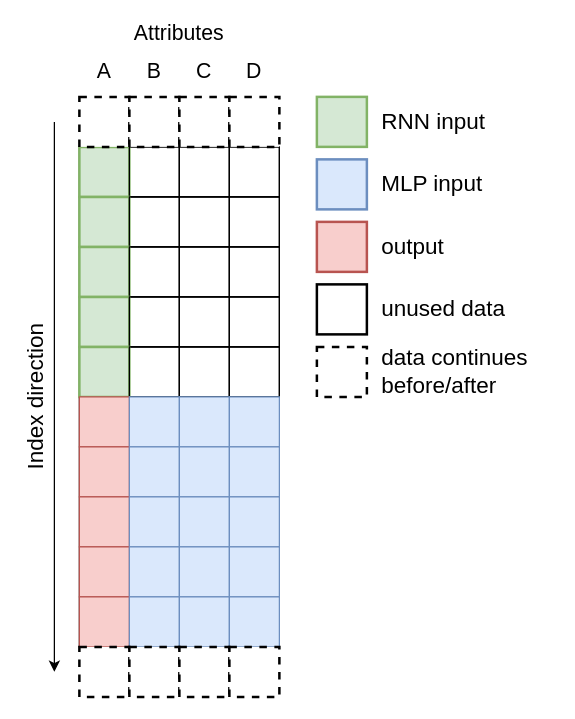
The draw.io diagram sample shape.drawio in AndrzejTunkiel/Tape, before the edit. Source tidied: cells renumbered, new cells numbered last; positions are measured from the earlier drawing's top-left corner, leaving out a move shared by most shapes. Both pictures are drawn from the tidied source at 125%, with x=0, y=0 at pixel (-46, 21).
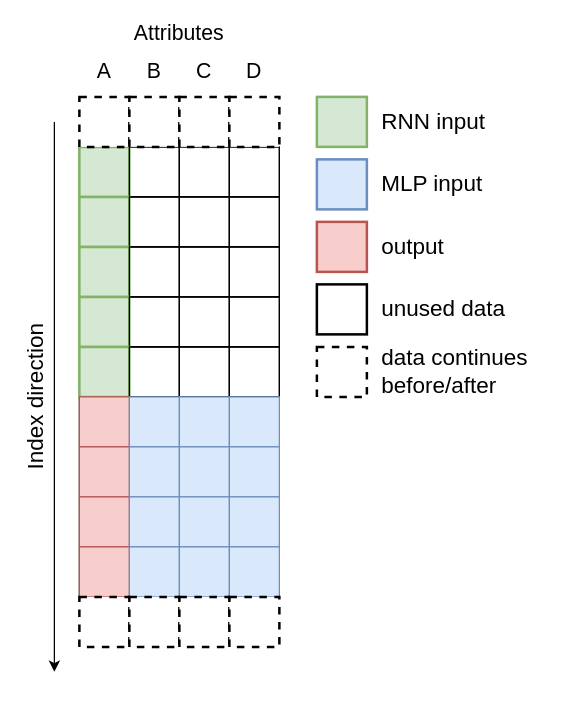
Above is the later version.

Diff of the diagram source:
```diff
@@
     <mxCell id="2" style="shape=table;html=1;whiteSpace=wrap;startSize=0;childLayout=tableLayout;" parent="1" vertex="1">
-      <mxGeometry x="100" y="100" width="160" height="400" as="geometry" />
+      <mxGeometry x="100" y="100" width="160" height="360" as="geometry" />
     </mxCell>
@@
-    <mxCell id="48" style="shape=partialRectangle;html=1;whiteSpace=wrap;fillColor=none;top=0;left=0;bottom=0;right=0;" parent="2" vertex="1">
-      <mxGeometry y="360" width="160" height="40" as="geometry" />
-    </mxCell>
-    <mxCell id="49" style="shape=partialRectangle;html=1;whiteSpace=wrap;fillColor=#f8cecc;top=1;left=1;bottom=1;right=1;overflow=hidden;strokeColor=#b85450;" parent="48" vertex="1">
-      <mxGeometry width="40" height="40" as="geometry" />
-    </mxCell>
-    <mxCell id="50" style="shape=partialRectangle;html=1;whiteSpace=wrap;fillColor=#dae8fc;top=1;left=1;bottom=1;right=1;overflow=hidden;strokeColor=#6c8ebf;" parent="48" vertex="1">
-      <mxGeometry x="40" width="40" height="40" as="geometry" />
-    </mxCell>
-    <mxCell id="51" style="shape=partialRectangle;html=1;whiteSpace=wrap;fillColor=#dae8fc;top=1;left=1;bottom=1;right=1;overflow=hidden;strokeColor=#6c8ebf;" parent="48" vertex="1">
-      <mxGeometry x="80" width="40" height="40" as="geometry" />
-    </mxCell>
-    <mxCell id="52" style="shape=partialRectangle;html=1;whiteSpace=wrap;fillColor=#dae8fc;top=1;left=1;bottom=1;right=1;overflow=hidden;strokeColor=#6c8ebf;" parent="48" vertex="1">
-      <mxGeometry x="120" width="40" height="40" as="geometry" />
-    </mxCell>
@@
     <mxCell id="68" style="rounded=0;whiteSpace=wrap;html=1;strokeWidth=2;dashed=1;" parent="1" vertex="1">
-      <mxGeometry x="100" y="500" width="40" height="40" as="geometry" />
+      <mxGeometry x="100" y="460" width="40" height="40" as="geometry" />
     </mxCell>
     <mxCell id="69" style="rounded=0;whiteSpace=wrap;html=1;strokeWidth=2;dashed=1;" parent="1" vertex="1">
-      <mxGeometry x="140" y="500" width="40" height="40" as="geometry" />
+      <mxGeometry x="140" y="460" width="40" height="40" as="geometry" />
     </mxCell>
     <mxCell id="70" style="rounded=0;whiteSpace=wrap;html=1;strokeWidth=2;dashed=1;" parent="1" vertex="1">
-      <mxGeometry x="180" y="500" width="40" height="40" as="geometry" />
+      <mxGeometry x="180" y="460" width="40" height="40" as="geometry" />
     </mxCell>
     <mxCell id="71" style="rounded=0;whiteSpace=wrap;html=1;strokeWidth=2;dashed=1;" parent="1" vertex="1">
-      <mxGeometry x="220" y="500" width="40" height="40" as="geometry" />
+      <mxGeometry x="220" y="460" width="40" height="40" as="geometry" />
     </mxCell>
```
